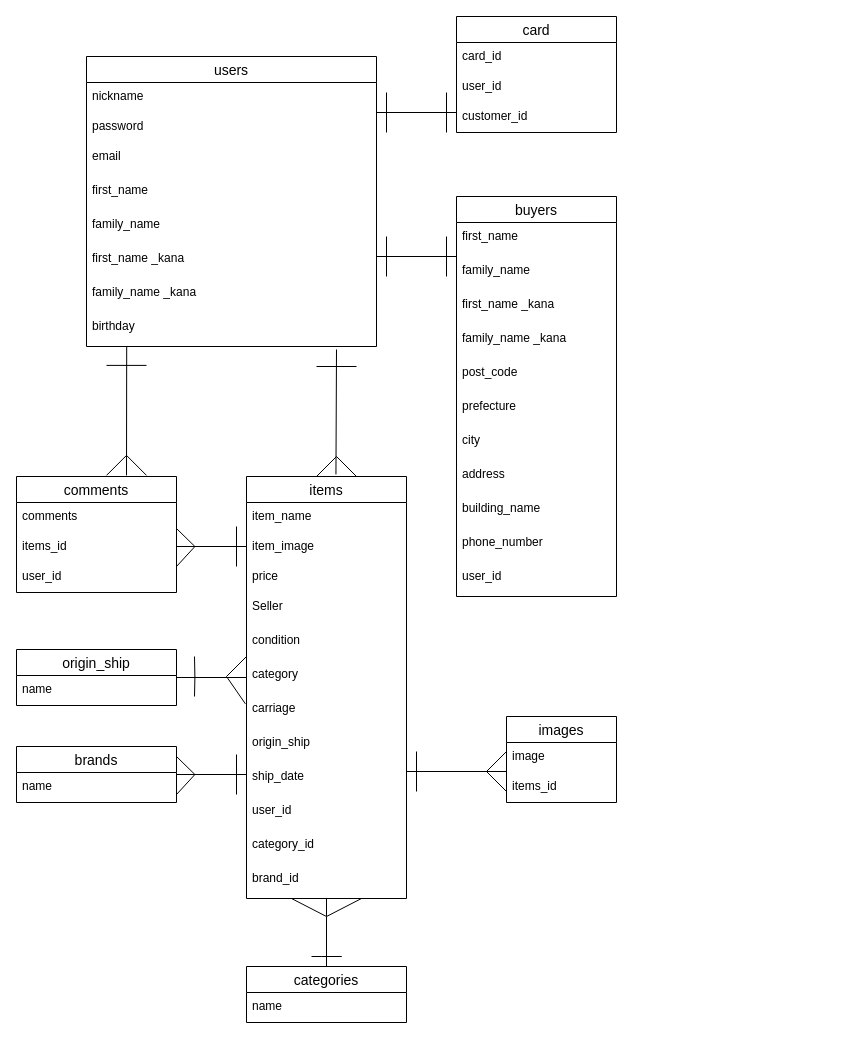
Before: page "ページ1" (1 of 2) of furima.dio in Ishibashi-naoki1/furima-35187, a draw.io diagram. Source tidied: cells renumbered, new cells numbered last; positions are measured from the earlier drawing's top-left corner, leaving out a move shared by most shapes. Both pictures are drawn from the tidied source at 100%, with x=0, y=0 at pixel (16, 16).
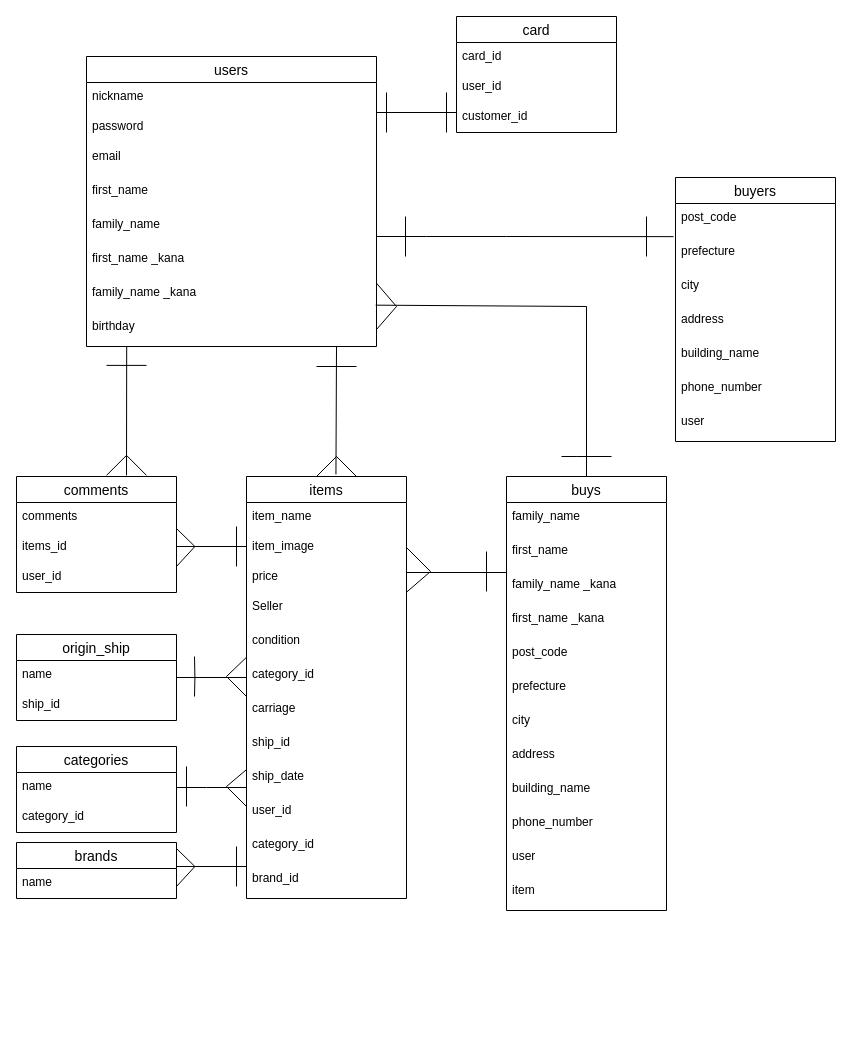
The same diagram, later.

Unchanged cells that the change refers to:
```xml
<mxCell id="2" value="users" style="swimlane;fontStyle=0;horizontal=1;startSize=26;align=center;fontSize=14;" parent="1" vertex="1">
  <mxGeometry x="70" y="40" width="290" height="290" as="geometry" />
</mxCell>
<mxCell id="8" value="first_name _kana" style="text;strokeColor=none;fillColor=none;spacingLeft=4;spacingRight=4;overflow=hidden;points=[[0,0.5],[1,0.5]];portConstraint=eastwest;fontSize=12;" parent="2" vertex="1">
  <mxGeometry y="188" width="290" height="34" as="geometry" />
</mxCell>
<mxCell id="9" value="family_name _kana" style="text;strokeColor=none;fillColor=none;spacingLeft=4;spacingRight=4;overflow=hidden;points=[[0,0.5],[1,0.5]];portConstraint=eastwest;fontSize=12;" parent="2" vertex="1">
  <mxGeometry y="222" width="290" height="34" as="geometry" />
</mxCell>
<mxCell id="10" value="birthday" style="text;strokeColor=none;fillColor=none;spacingLeft=4;spacingRight=4;overflow=hidden;points=[[0,0.5],[1,0.5]];portConstraint=eastwest;fontSize=12;" parent="2" vertex="1">
  <mxGeometry y="256" width="290" height="34" as="geometry" />
</mxCell>
<mxCell id="11" value="items" style="swimlane;fontStyle=0;horizontal=1;startSize=26;align=center;fontSize=14;" parent="1" vertex="1">
  <mxGeometry x="230" y="460" width="160" height="422" as="geometry" />
</mxCell>
<mxCell id="13" value="item_image" style="text;strokeColor=none;fillColor=none;spacingLeft=4;spacingRight=4;overflow=hidden;points=[[0,0.5],[1,0.5]];portConstraint=eastwest;fontSize=12;" parent="11" vertex="1">
  <mxGeometry y="56" width="160" height="30" as="geometry" />
</mxCell>
<mxCell id="14" value="price" style="text;strokeColor=none;fillColor=none;spacingLeft=4;spacingRight=4;overflow=hidden;points=[[0,0.5],[1,0.5]];portConstraint=eastwest;fontSize=12;" parent="11" vertex="1">
  <mxGeometry y="86" width="160" height="30" as="geometry" />
</mxCell>
<mxCell id="16" value="condition" style="text;strokeColor=none;fillColor=none;spacingLeft=4;spacingRight=4;overflow=hidden;points=[[0,0.5],[1,0.5]];portConstraint=eastwest;fontSize=12;" parent="11" vertex="1">
  <mxGeometry y="150" width="160" height="34" as="geometry" />
</mxCell>
<mxCell id="18" value="carriage" style="text;strokeColor=none;fillColor=none;spacingLeft=4;spacingRight=4;overflow=hidden;points=[[0,0.5],[1,0.5]];portConstraint=eastwest;fontSize=12;" parent="11" vertex="1">
  <mxGeometry y="218" width="160" height="34" as="geometry" />
</mxCell>
<mxCell id="20" value="ship_date" style="text;strokeColor=none;fillColor=none;spacingLeft=4;spacingRight=4;overflow=hidden;points=[[0,0.5],[1,0.5]];portConstraint=eastwest;fontSize=12;" parent="11" vertex="1">
  <mxGeometry y="286" width="160" height="34" as="geometry" />
</mxCell>
<mxCell id="23" value="brand_id" style="text;strokeColor=none;fillColor=none;spacingLeft=4;spacingRight=4;overflow=hidden;points=[[0,0.5],[1,0.5]];portConstraint=eastwest;fontSize=12;" parent="11" vertex="1">
  <mxGeometry y="388" width="160" height="34" as="geometry" />
</mxCell>
<mxCell id="38" value="name" style="text;strokeColor=none;fillColor=none;spacingLeft=4;spacingRight=4;overflow=hidden;points=[[0,0.5],[1,0.5]];portConstraint=eastwest;fontSize=12;" parent="37" vertex="1">
  <mxGeometry y="26" width="160" height="30" as="geometry" />
</mxCell>
```

What changed in the source:
```diff
@@
+    <mxCell id="24" style="endArrow=none;html=1;rounded=0;exitX=1;exitY=0.5;exitDx=0;exitDy=0;entryX=1;entryY=1.137;entryDx=0;entryDy=0;entryPerimeter=0;" parent="2" edge="1" source="10" target="8">
+      <mxGeometry relative="1" as="geometry">
+        <Array as="points">
+          <mxPoint x="310" y="250" />
+        </Array>
+      </mxGeometry>
+    </mxCell>
@@
+    <mxCell id="80" style="endArrow=none;html=1;rounded=0;exitX=-0.002;exitY=0.914;exitDx=0;exitDy=0;exitPerimeter=0;" parent="11" edge="1" source="16">
+      <mxGeometry relative="1" as="geometry">
+        <mxPoint y="220" as="targetPoint" />
+        <Array as="points">
+          <mxPoint x="-20" y="200" />
+        </Array>
+      </mxGeometry>
+    </mxCell>
-    <mxCell id="17" value="category" style="text;strokeColor=none;fillColor=none;spacingLeft=4;spacingRight=4;overflow=hidden;fontSize=12;" parent="11" vertex="1">
+    <mxCell id="17" value="category_id" style="text;strokeColor=none;fillColor=none;spacingLeft=4;spacingRight=4;overflow=hidden;fontSize=12;" parent="11" vertex="1">
       <mxGeometry y="184" width="160" height="34" as="geometry" />
     </mxCell>
@@
-    <mxCell id="19" value="origin_ship" style="text;strokeColor=none;fillColor=none;spacingLeft=4;spacingRight=4;overflow=hidden;fontSize=12;" parent="11" vertex="1">
+    <mxCell id="19" value="ship_id" style="text;strokeColor=none;fillColor=none;spacingLeft=4;spacingRight=4;overflow=hidden;fontSize=12;" parent="11" vertex="1">
       <mxGeometry y="252" width="160" height="34" as="geometry" />
     </mxCell>
@@
-    <mxCell id="24" style="endArrow=none;html=1;rounded=0;entryX=-0.007;entryY=0.274;entryDx=0;entryDy=0;entryPerimeter=0;exitX=0;exitY=0.882;exitDx=0;exitDy=0;exitPerimeter=0;" parent="11" edge="1" source="16" target="18">
-      <mxGeometry relative="1" as="geometry">
-        <Array as="points">
-          <mxPoint x="-20" y="200" />
-        </Array>
-      </mxGeometry>
-    </mxCell>
+    <mxCell id="52" style="endArrow=none;html=1;rounded=0;exitX=1;exitY=0.5;exitDx=0;exitDy=0;entryX=0.997;entryY=1.005;entryDx=0;entryDy=0;entryPerimeter=0;" parent="11" edge="1" source="13" target="14">
+      <mxGeometry relative="1" as="geometry">
+        <Array as="points">
+          <mxPoint x="184" y="95" />
+        </Array>
+      </mxGeometry>
+    </mxCell>
     <mxCell id="25" value="buyers" style="swimlane;fontStyle=0;horizontal=1;startSize=26;align=center;fontSize=14;" parent="1" vertex="1">
-      <mxGeometry x="440" y="180" width="160" height="400" as="geometry" />
+      <mxGeometry x="659" y="161" width="160" height="264" as="geometry" />
     </mxCell>
-    <mxCell id="26" value="first_name " style="text;strokeColor=none;fillColor=none;spacingLeft=4;spacingRight=4;overflow=hidden;fontSize=12;" parent="25" vertex="1">
-      <mxGeometry y="26" width="160" height="34" as="geometry" />
-    </mxCell>
-    <mxCell id="27" value="family_name " style="text;strokeColor=none;fillColor=none;spacingLeft=4;spacingRight=4;overflow=hidden;fontSize=12;" parent="25" vertex="1">
-      <mxGeometry y="60" width="160" height="34" as="geometry" />
-    </mxCell>
-    <mxCell id="28" value="first_name _kana" style="text;strokeColor=none;fillColor=none;spacingLeft=4;spacingRight=4;overflow=hidden;fontSize=12;" parent="25" vertex="1">
-      <mxGeometry y="94" width="160" height="34" as="geometry" />
-    </mxCell>
-    <mxCell id="29" value="family_name _kana" style="text;strokeColor=none;fillColor=none;spacingLeft=4;spacingRight=4;overflow=hidden;fontSize=12;" parent="25" vertex="1">
-      <mxGeometry y="128" width="160" height="34" as="geometry" />
-    </mxCell>
     <mxCell id="30" value="post_code" style="text;strokeColor=none;fillColor=none;spacingLeft=4;spacingRight=4;overflow=hidden;fontSize=12;" parent="25" vertex="1">
-      <mxGeometry y="162" width="160" height="34" as="geometry" />
+      <mxGeometry y="26" width="160" height="34" as="geometry" />
     </mxCell>
     <mxCell id="31" value="prefecture" style="text;strokeColor=none;fillColor=none;spacingLeft=4;spacingRight=4;overflow=hidden;points=[[0,0.5],[1,0.5]];portConstraint=eastwest;fontSize=12;" parent="25" vertex="1">
-      <mxGeometry y="196" width="160" height="34" as="geometry" />
+      <mxGeometry y="60" width="160" height="34" as="geometry" />
     </mxCell>
     <mxCell id="32" value="city" style="text;strokeColor=none;fillColor=none;spacingLeft=4;spacingRight=4;overflow=hidden;fontSize=12;" parent="25" vertex="1">
-      <mxGeometry y="230" width="160" height="34" as="geometry" />
+      <mxGeometry y="94" width="160" height="34" as="geometry" />
     </mxCell>
     <mxCell id="33" value="address" style="text;strokeColor=none;fillColor=none;spacingLeft=4;spacingRight=4;overflow=hidden;fontSize=12;" parent="25" vertex="1">
-      <mxGeometry y="264" width="160" height="34" as="geometry" />
+      <mxGeometry y="128" width="160" height="34" as="geometry" />
     </mxCell>
     <mxCell id="34" value="building_name" style="text;strokeColor=none;fillColor=none;spacingLeft=4;spacingRight=4;overflow=hidden;fontSize=12;" parent="25" vertex="1">
-      <mxGeometry y="298" width="160" height="34" as="geometry" />
+      <mxGeometry y="162" width="160" height="34" as="geometry" />
     </mxCell>
     <mxCell id="35" value="phone_number" style="text;strokeColor=none;fillColor=none;spacingLeft=4;spacingRight=4;overflow=hidden;fontSize=12;" parent="25" vertex="1">
-      <mxGeometry y="332" width="160" height="34" as="geometry" />
+      <mxGeometry y="196" width="160" height="34" as="geometry" />
     </mxCell>
-    <mxCell id="36" value="user_id" style="text;strokeColor=none;fillColor=none;spacingLeft=4;spacingRight=4;overflow=hidden;fontSize=12;" parent="25" vertex="1">
-      <mxGeometry y="366" width="160" height="34" as="geometry" />
+    <mxCell id="36" value="user" style="text;strokeColor=none;fillColor=none;spacingLeft=4;spacingRight=4;overflow=hidden;fontSize=12;" parent="25" vertex="1">
+      <mxGeometry y="230" width="160" height="34" as="geometry" />
     </mxCell>
     <mxCell id="37" value="categories" style="swimlane;fontStyle=0;horizontal=1;startSize=26;align=center;fontSize=14;" parent="1" vertex="1">
-      <mxGeometry x="230" y="950" width="160" height="56" as="geometry" />
+      <mxGeometry y="730" width="160" height="86" as="geometry" />
     </mxCell>
@@
+    <mxCell id="81" value="category_id" style="text;strokeColor=none;fillColor=none;spacingLeft=4;spacingRight=4;overflow=hidden;fontSize=12;" parent="37" vertex="1">
+      <mxGeometry y="56" width="160" height="30" as="geometry" />
+    </mxCell>
@@
-    <mxCell id="43" value="images" style="swimlane;fontStyle=0;horizontal=1;startSize=26;align=center;fontSize=14;" parent="1" vertex="1">
-      <mxGeometry x="490" y="700" width="110" height="86" as="geometry" />
-    </mxCell>
-    <mxCell id="44" value="image" style="text;strokeColor=none;fillColor=none;spacingLeft=4;spacingRight=4;overflow=hidden;fontSize=12;" parent="43" vertex="1">
-      <mxGeometry y="26" width="110" height="30" as="geometry" />
-    </mxCell>
-    <mxCell id="45" value="items_id" style="text;strokeColor=none;fillColor=none;spacingLeft=4;spacingRight=4;overflow=hidden;fontSize=12;" parent="43" vertex="1">
-      <mxGeometry y="56" width="110" height="30" as="geometry" />
-    </mxCell>
@@
-    <mxCell id="50" style="endArrow=none;html=1;rounded=0;" parent="1" edge="1">
-      <mxGeometry relative="1" as="geometry">
-        <mxPoint x="295" y="940" as="sourcePoint" />
-        <mxPoint x="305" y="940" as="targetPoint" />
-        <Array as="points">
-          <mxPoint x="305" y="940" />
-          <mxPoint x="325" y="940" />
-        </Array>
-      </mxGeometry>
-    </mxCell>
     <mxCell id="51" style="line;strokeWidth=1;dashed=0;labelPosition=right;align=left;verticalAlign=middle;spacingTop=0;spacingLeft=6;" parent="1" vertex="1">
-      <mxGeometry x="390" y="750" width="100" height="10" as="geometry" />
+      <mxGeometry x="390" y="551" width="100" height="10" as="geometry" />
     </mxCell>
-    <mxCell id="52" style="endArrow=none;html=1;rounded=0;" parent="1" edge="1">
-      <mxGeometry relative="1" as="geometry">
-        <mxPoint x="490" y="735" as="sourcePoint" />
-        <mxPoint x="490" y="775" as="targetPoint" />
-        <Array as="points">
-          <mxPoint x="470" y="755" />
-        </Array>
-      </mxGeometry>
-    </mxCell>
     <mxCell id="53" style="endArrow=none;html=1;rounded=0;" parent="1" edge="1">
       <mxGeometry relative="1" as="geometry">
-        <mxPoint x="400" y="775" as="sourcePoint" />
-        <mxPoint x="400" y="735" as="targetPoint" />
+        <mxPoint x="470" y="575" as="sourcePoint" />
+        <mxPoint x="470" y="535" as="targetPoint" />
         <Array as="points">
-          <mxPoint x="400" y="755" />
+          <mxPoint x="470" y="555" />
         </Array>
       </mxGeometry>
     </mxCell>
@@
-    <mxCell id="58" style="endArrow=none;html=1;rounded=0;" parent="1" edge="1">
+    <mxCell id="58" style="endArrow=none;html=1;rounded=0;entryX=-0.012;entryY=-0.025;entryDx=0;entryDy=0;entryPerimeter=0;" parent="1" edge="1" target="31">
       <mxGeometry relative="1" as="geometry">
-        <mxPoint x="360" y="240" as="sourcePoint" />
-        <mxPoint x="440" y="240" as="targetPoint" />
+        <mxPoint x="360" y="220" as="sourcePoint" />
+        <Array as="points">
+          <mxPoint x="410" y="220" />
+          <mxPoint x="490" y="220" />
+        </Array>
       </mxGeometry>
     </mxCell>
     <mxCell id="59" style="endArrow=none;html=1;rounded=0;" parent="1" edge="1">
       <mxGeometry relative="1" as="geometry">
-        <mxPoint x="370" y="260" as="sourcePoint" />
-        <mxPoint x="370" y="220" as="targetPoint" />
+        <mxPoint x="389" y="240" as="sourcePoint" />
+        <mxPoint x="389" y="200" as="targetPoint" />
         <Array as="points">
-          <mxPoint x="370" y="240" />
+          <mxPoint x="389" y="220" />
         </Array>
       </mxGeometry>
     </mxCell>
     <mxCell id="60" style="endArrow=none;html=1;rounded=0;" parent="1" edge="1">
       <mxGeometry relative="1" as="geometry">
-        <mxPoint x="430" y="260" as="sourcePoint" />
-        <mxPoint x="430" y="220" as="targetPoint" />
+        <mxPoint x="630" y="240" as="sourcePoint" />
+        <mxPoint x="630" y="200" as="targetPoint" />
         <Array as="points">
-          <mxPoint x="430" y="240" />
+          <mxPoint x="630" y="220" />
         </Array>
       </mxGeometry>
     </mxCell>
@@
     <mxCell id="67" style="endArrow=none;html=1;rounded=0;exitX=0.559;exitY=-0.005;exitDx=0;exitDy=0;exitPerimeter=0;" parent="1" edge="1" source="11">
       <mxGeometry relative="1" as="geometry">
-        <mxPoint x="320" y="333" as="targetPoint" />
+        <mxPoint x="320" y="330" as="targetPoint" />
       </mxGeometry>
     </mxCell>
     <mxCell id="68" value="brands" style="swimlane;fontStyle=0;horizontal=1;startSize=26;align=center;fontSize=14;" parent="1" vertex="1">
-      <mxGeometry y="730" width="160" height="56" as="geometry" />
+      <mxGeometry y="826" width="160" height="56" as="geometry" />
     </mxCell>
@@
     <mxCell id="71" style="line;strokeWidth=1;dashed=0;labelPosition=right;align=left;verticalAlign=middle;spacingTop=0;spacingLeft=6;" parent="1" vertex="1">
-      <mxGeometry x="160" y="753" width="70" height="10" as="geometry" />
+      <mxGeometry x="160" y="845" width="70" height="10" as="geometry" />
     </mxCell>
     <mxCell id="72" style="endArrow=none;html=1;rounded=0;entryX=1.01;entryY=0.867;entryDx=0;entryDy=0;entryPerimeter=0;exitX=1.01;exitY=0.133;exitDx=0;exitDy=0;exitPerimeter=0;" parent="1" edge="1">
       <mxGeometry relative="1" as="geometry">
-        <mxPoint x="160" y="778" as="sourcePoint" />
-        <mxPoint x="160" y="740" as="targetPoint" />
+        <mxPoint x="160" y="870" as="sourcePoint" />
+        <mxPoint x="160" y="832" as="targetPoint" />
         <Array as="points">
-          <mxPoint x="178.4" y="758" />
+          <mxPoint x="178.4" y="850" />
         </Array>
       </mxGeometry>
     </mxCell>
     <mxCell id="73" style="endArrow=none;html=1;rounded=0;" parent="1" edge="1">
       <mxGeometry relative="1" as="geometry">
-        <mxPoint x="220" y="738" as="sourcePoint" />
-        <mxPoint x="220" y="778" as="targetPoint" />
+        <mxPoint x="220" y="830" as="sourcePoint" />
+        <mxPoint x="220" y="870" as="targetPoint" />
       </mxGeometry>
     </mxCell>
-    <mxCell id="74" style="endArrow=none;html=1;rounded=0;entryX=0.5;entryY=0;entryDx=0;entryDy=0;" parent="1" edge="1" source="23" target="37">
+    <mxCell id="74" style="endArrow=none;html=1;rounded=0;entryX=1;entryY=0.5;entryDx=0;entryDy=0;" parent="1" edge="1" target="38">
       <mxGeometry relative="1" as="geometry">
+        <mxPoint x="230" y="771" as="sourcePoint" />
         <Array as="points">
-          <mxPoint x="310" y="900" />
+          <mxPoint x="190" y="771" />
         </Array>
       </mxGeometry>
     </mxCell>
-    <mxCell id="75" style="endArrow=none;html=1;rounded=0;" parent="1" edge="1">
+    <mxCell id="75" style="endArrow=none;html=1;rounded=0;exitX=-0.002;exitY=0.217;exitDx=0;exitDy=0;exitPerimeter=0;" parent="1" edge="1" source="20">
       <mxGeometry relative="1" as="geometry">
-        <mxPoint x="275" y="882" as="sourcePoint" />
-        <mxPoint x="345" y="882" as="targetPoint" />
+        <mxPoint x="230" y="790" as="targetPoint" />
         <Array as="points">
-          <mxPoint x="310" y="900" />
+          <mxPoint x="210" y="770" />
         </Array>
       </mxGeometry>
     </mxCell>
     <mxCell id="76" value="origin_ship" style="swimlane;fontStyle=0;horizontal=1;startSize=26;align=center;fontSize=14;" parent="1" vertex="1">
-      <mxGeometry y="633" width="160" height="56" as="geometry" />
+      <mxGeometry y="618" width="160" height="86" as="geometry" />
     </mxCell>
@@
+    <mxCell id="82" value="ship_id" style="text;strokeColor=none;fillColor=none;spacingLeft=4;spacingRight=4;overflow=hidden;fontSize=12;" parent="76" vertex="1">
+      <mxGeometry y="56" width="160" height="30" as="geometry" />
+    </mxCell>
     <mxCell id="78" style="endArrow=none;html=1;rounded=0;" parent="1" edge="1">
       <mxGeometry relative="1" as="geometry">
-        <mxPoint x="178" y="680" as="sourcePoint" />
-        <mxPoint x="178" y="640" as="targetPoint" />
+        <mxPoint x="545" y="440" as="sourcePoint" />
+        <mxPoint x="595" y="440" as="targetPoint" />
         <Array as="points">
-          <mxPoint x="178.4" y="661" />
+          <mxPoint x="560.4" y="440" />
         </Array>
       </mxGeometry>
     </mxCell>
+    <mxCell id="83" value="buys" style="swimlane;fontStyle=0;horizontal=1;startSize=26;align=center;fontSize=14;" parent="1" vertex="1">
+      <mxGeometry x="490" y="460" width="160" height="434" as="geometry" />
+    </mxCell>
+    <mxCell id="27" value="family_name " style="text;strokeColor=none;fillColor=none;spacingLeft=4;spacingRight=4;overflow=hidden;fontSize=12;" parent="83" vertex="1">
+      <mxGeometry y="26" width="160" height="34" as="geometry" />
+    </mxCell>
+    <mxCell id="26" value="first_name " style="text;strokeColor=none;fillColor=none;spacingLeft=4;spacingRight=4;overflow=hidden;fontSize=12;" parent="83" vertex="1">
+      <mxGeometry y="60" width="160" height="34" as="geometry" />
+    </mxCell>
+    <mxCell id="29" value="family_name _kana" style="text;strokeColor=none;fillColor=none;spacingLeft=4;spacingRight=4;overflow=hidden;fontSize=12;" parent="83" vertex="1">
+      <mxGeometry y="94" width="160" height="34" as="geometry" />
+    </mxCell>
+    <mxCell id="28" value="first_name _kana" style="text;strokeColor=none;fillColor=none;spacingLeft=4;spacingRight=4;overflow=hidden;fontSize=12;" parent="83" vertex="1">
+      <mxGeometry y="128" width="160" height="34" as="geometry" />
+    </mxCell>
+    <mxCell id="84" value="post_code" style="text;strokeColor=none;fillColor=none;spacingLeft=4;spacingRight=4;overflow=hidden;fontSize=12;" parent="83" vertex="1">
+      <mxGeometry y="162" width="160" height="34" as="geometry" />
+    </mxCell>
+    <mxCell id="85" value="prefecture" style="text;strokeColor=none;fillColor=none;spacingLeft=4;spacingRight=4;overflow=hidden;fontSize=12;" parent="83" vertex="1">
+      <mxGeometry y="196" width="160" height="34" as="geometry" />
+    </mxCell>
+    <mxCell id="86" value="city" style="text;strokeColor=none;fillColor=none;spacingLeft=4;spacingRight=4;overflow=hidden;fontSize=12;" parent="83" vertex="1">
+      <mxGeometry y="230" width="160" height="34" as="geometry" />
+    </mxCell>
+    <mxCell id="87" value="address" style="text;strokeColor=none;fillColor=none;spacingLeft=4;spacingRight=4;overflow=hidden;fontSize=12;" parent="83" vertex="1">
+      <mxGeometry y="264" width="160" height="34" as="geometry" />
+    </mxCell>
+    <mxCell id="88" value="building_name" style="text;strokeColor=none;fillColor=none;spacingLeft=4;spacingRight=4;overflow=hidden;fontSize=12;" parent="83" vertex="1">
+      <mxGeometry y="298" width="160" height="34" as="geometry" />
+    </mxCell>
+    <mxCell id="89" value="phone_number" style="text;strokeColor=none;fillColor=none;spacingLeft=4;spacingRight=4;overflow=hidden;fontSize=12;" parent="83" vertex="1">
+      <mxGeometry y="332" width="160" height="34" as="geometry" />
+    </mxCell>
+    <mxCell id="90" value="user" style="text;strokeColor=none;fillColor=none;spacingLeft=4;spacingRight=4;overflow=hidden;fontSize=12;" parent="83" vertex="1">
+      <mxGeometry y="366" width="160" height="34" as="geometry" />
+    </mxCell>
+    <mxCell id="91" value="item" style="text;strokeColor=none;fillColor=none;spacingLeft=4;spacingRight=4;overflow=hidden;fontSize=12;" parent="83" vertex="1">
+      <mxGeometry y="400" width="160" height="34" as="geometry" />
+    </mxCell>
+    <mxCell id="92" style="endArrow=none;html=1;rounded=0;" parent="1" edge="1">
+      <mxGeometry relative="1" as="geometry">
+        <mxPoint x="170" y="750" as="sourcePoint" />
+        <mxPoint x="170" y="790" as="targetPoint" />
+      </mxGeometry>
+    </mxCell>
@@
+    <mxCell id="93" style="endArrow=none;html=1;rounded=0;" parent="1" edge="1">
+      <mxGeometry relative="1" as="geometry">
+        <mxPoint x="178" y="680" as="sourcePoint" />
+        <mxPoint x="178" y="640" as="targetPoint" />
+        <Array as="points">
+          <mxPoint x="178.4" y="661" />
+        </Array>
+      </mxGeometry>
+    </mxCell>
+    <mxCell id="94" style="endArrow=none;html=1;rounded=0;entryX=0.997;entryY=0.784;entryDx=0;entryDy=0;exitX=0.5;exitY=0;exitDx=0;exitDy=0;entryPerimeter=0;" parent="1" edge="1" source="83" target="9">
+      <mxGeometry relative="1" as="geometry">
+        <Array as="points">
+          <mxPoint x="570" y="290" />
+        </Array>
+      </mxGeometry>
+    </mxCell>
```
